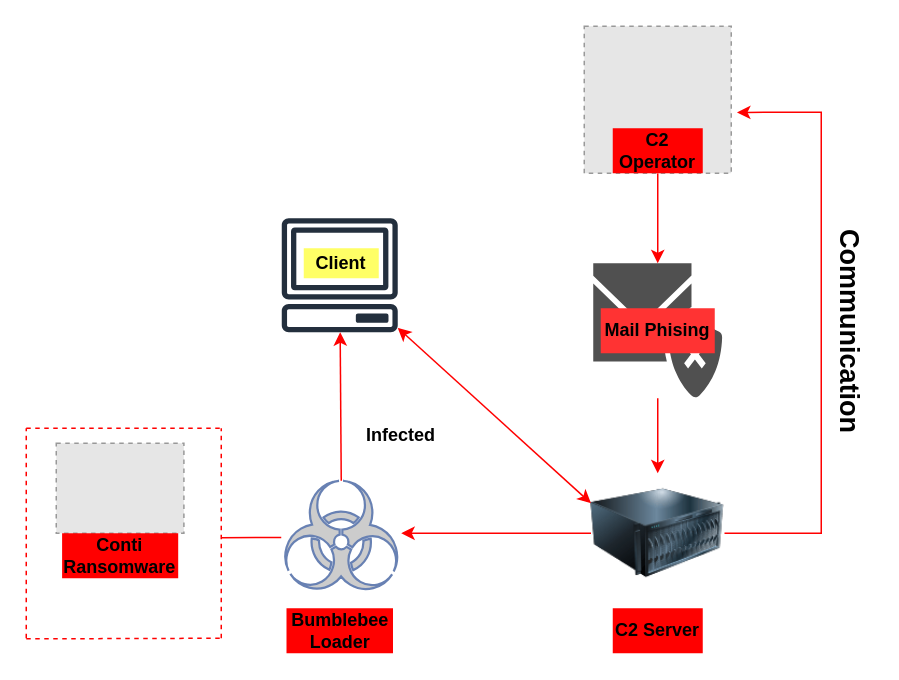
This is APT_malware.drawio from caubengungo/IAM302t, a draw.io file, before an edit. Source tidied: cells renumbered, new cells numbered last; positions are measured from the earlier drawing's top-left corner, leaving out a move shared by most shapes. Both pictures are drawn from the tidied source at 150%, with x=0, y=0 at pixel (26, 26). Pictures stored in the file or linked from it are replaced by grey dashed boxes.
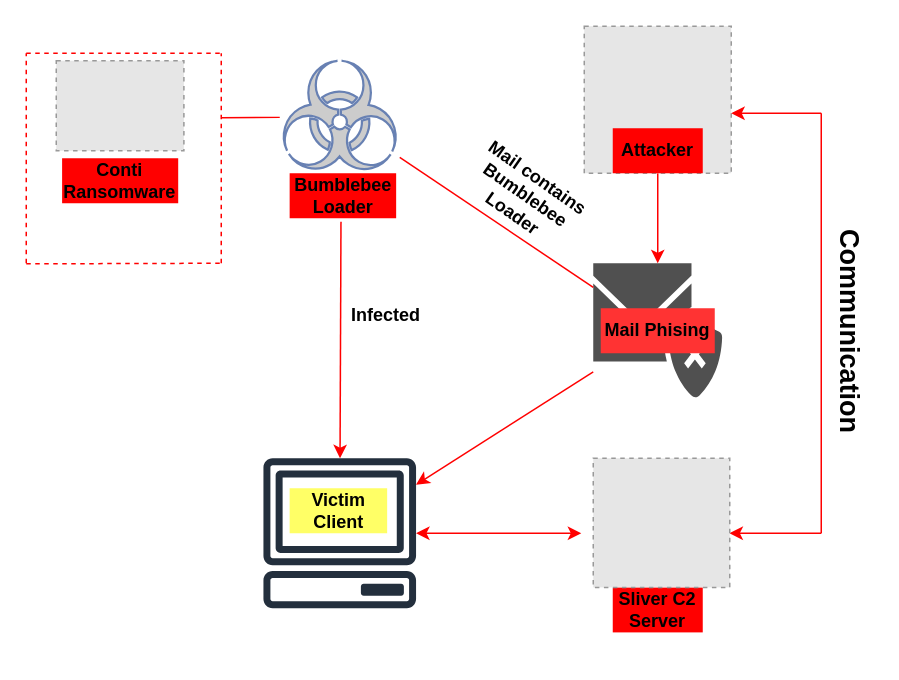
After the change.

Commit message (it also covers changes not shown here):
Cập nhật APT_malware.drawio

The change refers to these unchanged cells:
```xml
<mxCell id="4" style="sketch=0;shadow=0;dashed=0;html=1;strokeColor=none;fillColor=#505050;labelPosition=center;verticalLabelPosition=bottom;verticalAlign=top;outlineConnect=0;align=center;shape=mxgraph.office.concepts.phishing;" parent="1" vertex="1">
  <mxGeometry x="378" y="158" width="86" height="90" as="geometry" />
</mxCell>
<mxCell id="10" style="fillColor=#E6E6E6;strokeColor=#999999;dashed=1;html=1;verticalAlign=top;verticalLabelPosition=bottom;labelBackgroundColor=#ffffff;" parent="1" vertex="1">
  <mxGeometry x="372" width="98" height="98" as="geometry" />
</mxCell>
```

The edit, as a diff of the source:
```diff
@@
     <mxCell id="2" style="fontColor=#0066CC;verticalAlign=top;verticalLabelPosition=bottom;labelPosition=center;align=center;html=1;outlineConnect=0;fillColor=#CCCCCC;strokeColor=#6881B3;gradientColor=none;gradientDirection=north;strokeWidth=2;shape=mxgraph.networks.virus;" parent="1" vertex="1">
-      <mxGeometry x="170" y="303" width="80" height="75" as="geometry" />
+      <mxGeometry x="169" y="23" width="80" height="75" as="geometry" />
     </mxCell>
-    <mxCell id="3" style="edgeStyle=orthogonalEdgeStyle;rounded=0;jettySize=auto;html=1;fontStyle=1;strokeColor=#FF0000;" parent="1" edge="1" source="4" target="8">
-      <mxGeometry relative="1" as="geometry" />
-    </mxCell>
@@
     <mxCell id="6" value="&lt;b&gt;Bumblebee Loader&lt;/b&gt;" style="text;html=1;align=center;verticalAlign=middle;whiteSpace=wrap;rounded=0;fillColor=#FF0000;" parent="1" vertex="1">
-      <mxGeometry x="173.5" y="388" width="71" height="30" as="geometry" />
+      <mxGeometry x="175.6" y="98" width="71" height="30" as="geometry" />
     </mxCell>
-    <mxCell id="7" style="edgeStyle=orthogonalEdgeStyle;rounded=0;jettySize=auto;html=1;entryX=1.039;entryY=0.586;entryDx=0;entryDy=0;entryPerimeter=0;strokeColor=#FF0000;" parent="1" edge="1" source="8" target="10">
-      <mxGeometry relative="1" as="geometry">
-        <Array as="points">
-          <mxPoint x="530" y="338" />
-          <mxPoint x="530" y="57" />
-        </Array>
-      </mxGeometry>
-    </mxCell>
-    <mxCell id="8" style="image;html=1;image=img/lib/clip_art/computers/Server_128x128.png;" parent="1" vertex="1">
-      <mxGeometry x="376.5" y="298" width="89" height="80" as="geometry" />
-    </mxCell>
@@
-    <mxCell id="11" value="C2 Operator" style="text;html=1;align=center;verticalAlign=middle;whiteSpace=wrap;rounded=0;fillColor=#FF0000;fontStyle=1;" parent="1" vertex="1">
+    <mxCell id="11" value="Attacker" style="text;html=1;align=center;verticalAlign=middle;whiteSpace=wrap;rounded=0;fillColor=#FF0000;fontStyle=1;" parent="1" vertex="1">
       <mxGeometry x="391" y="68" width="60" height="30" as="geometry" />
     </mxCell>
     <mxCell id="12" style="sketch=0;outlineConnect=0;fontColor=#232F3E;gradientColor=none;fillColor=#232F3D;strokeColor=none;dashed=0;verticalLabelPosition=bottom;verticalAlign=top;align=center;html=1;fontSize=12;fontStyle=0;shape=mxgraph.aws4.client;" parent="1" vertex="1">
-      <mxGeometry x="170" y="128" width="78" height="76" as="geometry" />
+      <mxGeometry x="157.7" y="288" width="102.6" height="100" as="geometry" />
     </mxCell>
-    <mxCell id="13" style="endArrow=classic;html=1;rounded=0;exitX=0;exitY=0.5;exitDx=0;exitDy=0;fillColor=#FF0000;strokeColor=#FF0000;" parent="1" edge="1" source="8">
-      <mxGeometry relative="1" as="geometry">
-        <mxPoint x="250" y="338" as="targetPoint" />
-      </mxGeometry>
-    </mxCell>
-    <mxCell id="14" value="&lt;b&gt;Client&lt;/b&gt;" style="text;html=1;align=center;verticalAlign=middle;whiteSpace=wrap;rounded=0;fillColor=#FFFF66;" parent="1" vertex="1">
-      <mxGeometry x="185" y="148" width="50" height="20" as="geometry" />
+    <mxCell id="14" value="&lt;b&gt;Victim Client&lt;/b&gt;" style="text;html=1;align=center;verticalAlign=middle;whiteSpace=wrap;rounded=0;fillColor=#FFFF66;" parent="1" vertex="1">
+      <mxGeometry x="175.6" y="308" width="65" height="30" as="geometry" />
     </mxCell>
-    <mxCell id="15" style="endArrow=classic;html=1;rounded=0;exitX=0.5;exitY=0;exitDx=0;exitDy=0;exitPerimeter=0;strokeColor=#FF0000;" parent="1" edge="1" source="2" target="12">
+    <mxCell id="15" style="endArrow=classic;html=1;rounded=0;strokeColor=#FF0000;exitX=0.482;exitY=1.076;exitDx=0;exitDy=0;exitPerimeter=0;" parent="1" edge="1" source="6" target="12">
       <mxGeometry relative="1" as="geometry" />
     </mxCell>
-    <mxCell id="16" value="&lt;b&gt;C2 Server&lt;/b&gt;" style="text;html=1;align=center;verticalAlign=middle;whiteSpace=wrap;rounded=0;fillColor=#FF0000;" parent="1" vertex="1">
-      <mxGeometry x="391" y="388" width="60" height="30" as="geometry" />
+    <mxCell id="16" value="&lt;b&gt;Sliver C2&lt;/b&gt;&lt;div&gt;&lt;b&gt;Server&lt;/b&gt;&lt;/div&gt;" style="text;html=1;align=center;verticalAlign=middle;whiteSpace=wrap;rounded=0;fillColor=#FF0000;" parent="1" vertex="1">
+      <mxGeometry x="391" y="374.1" width="60" height="30" as="geometry" />
     </mxCell>
@@
     <mxCell id="18" style="endArrow=none;dashed=1;html=1;rounded=0;strokeColor=#FF0000;" parent="1" edge="1">
       <mxGeometry relative="1" as="geometry">
-        <mxPoint y="268" as="sourcePoint" />
-        <mxPoint x="130" y="268" as="targetPoint" />
+        <mxPoint y="18" as="sourcePoint" />
+        <mxPoint x="130" y="18" as="targetPoint" />
       </mxGeometry>
     </mxCell>
     <mxCell id="19" style="endArrow=none;dashed=1;html=1;rounded=0;strokeColor=#FF0000;" parent="1" edge="1">
       <mxGeometry relative="1" as="geometry">
-        <mxPoint x="130" y="408" as="sourcePoint" />
-        <mxPoint x="130" y="268" as="targetPoint" />
+        <mxPoint x="130" y="158" as="sourcePoint" />
+        <mxPoint x="130" y="18" as="targetPoint" />
       </mxGeometry>
     </mxCell>
     <mxCell id="20" style="endArrow=none;dashed=1;html=1;rounded=0;strokeColor=#FF0000;" parent="1" edge="1">
       <mxGeometry relative="1" as="geometry">
-        <mxPoint y="408.4" as="sourcePoint" />
-        <mxPoint x="130" y="408" as="targetPoint" />
+        <mxPoint y="158.4" as="sourcePoint" />
+        <mxPoint x="130" y="158" as="targetPoint" />
       </mxGeometry>
     </mxCell>
     <mxCell id="21" style="endArrow=none;dashed=1;html=1;rounded=0;strokeColor=#FF0000;" parent="1" edge="1">
       <mxGeometry relative="1" as="geometry">
-        <mxPoint y="408" as="sourcePoint" />
-        <mxPoint y="268" as="targetPoint" />
+        <mxPoint y="158" as="sourcePoint" />
+        <mxPoint y="18" as="targetPoint" />
       </mxGeometry>
     </mxCell>
     <mxCell id="22" style="fillColor=#E6E6E6;strokeColor=#999999;dashed=1;verticalLabelPosition=bottom;labelBackgroundColor=default;verticalAlign=top;" parent="1" vertex="1">
-      <mxGeometry x="20" y="278" width="85.1" height="60" as="geometry" />
+      <mxGeometry x="20" y="23" width="85.1" height="60" as="geometry" />
     </mxCell>
     <mxCell id="23" style="endArrow=none;html=1;rounded=0;strokeColor=#FF0000;" parent="1" edge="1" source="2">
       <mxGeometry relative="1" as="geometry">
-        <mxPoint x="130" y="341" as="targetPoint" />
+        <mxPoint x="130" y="61" as="targetPoint" />
       </mxGeometry>
     </mxCell>
     <mxCell id="24" value="&lt;b&gt;Conti&lt;/b&gt;&lt;div&gt;&lt;b&gt;Ransomware&lt;/b&gt;&lt;/div&gt;" style="text;html=1;align=center;verticalAlign=middle;whiteSpace=wrap;rounded=0;fillColor=#FF0000;" parent="1" vertex="1">
-      <mxGeometry x="23.9" y="338" width="77.4" height="30" as="geometry" />
+      <mxGeometry x="23.9" y="88" width="77.4" height="30" as="geometry" />
     </mxCell>
-    <mxCell id="25" style="endArrow=classic;startArrow=classic;html=1;rounded=0;entryX=0;entryY=0.25;entryDx=0;entryDy=0;strokeColor=#FF0000;" parent="1" edge="1" source="12" target="8">
-      <mxGeometry relative="1" as="geometry" />
+    <mxCell id="25" style="endArrow=classic;startArrow=classic;html=1;rounded=0;strokeColor=#FF0000;" parent="1" edge="1" source="12">
+      <mxGeometry relative="1" as="geometry">
+        <mxPoint x="370" y="338" as="targetPoint" />
+      </mxGeometry>
     </mxCell>
     <mxCell id="26" value="&lt;b&gt;Infected&lt;/b&gt;" style="text;html=1;align=center;verticalAlign=middle;whiteSpace=wrap;rounded=0;fillColor=none;" parent="1" vertex="1">
-      <mxGeometry x="220" y="258" width="60" height="30" as="geometry" />
+      <mxGeometry x="210" y="178" width="60" height="30" as="geometry" />
     </mxCell>
+    <mxCell id="27" style="endArrow=none;html=1;rounded=0;strokeColor=#FF0000;" parent="1" edge="1">
+      <mxGeometry relative="1" as="geometry">
+        <mxPoint x="530" y="338" as="sourcePoint" />
+        <mxPoint x="530" y="58" as="targetPoint" />
+      </mxGeometry>
+    </mxCell>
+    <mxCell id="28" style="endArrow=classic;html=1;rounded=0;entryX=0.99;entryY=0.438;entryDx=0;entryDy=0;entryPerimeter=0;strokeColor=#FF0000;" parent="1" edge="1">
+      <mxGeometry relative="1" as="geometry">
+        <mxPoint x="530" y="338" as="sourcePoint" />
+        <mxPoint x="468.8" y="338" as="targetPoint" />
+      </mxGeometry>
+    </mxCell>
+    <mxCell id="29" style="endArrow=classic;html=1;rounded=0;strokeColor=#FF0000;" parent="1" edge="1">
+      <mxGeometry relative="1" as="geometry">
+        <mxPoint x="530" y="58" as="sourcePoint" />
+        <mxPoint x="470" y="58" as="targetPoint" />
+      </mxGeometry>
+    </mxCell>
+    <mxCell id="30" style="endArrow=classic;html=1;rounded=0;strokeColor=#FF0000;" parent="1" edge="1" source="4" target="12">
+      <mxGeometry relative="1" as="geometry" />
+    </mxCell>
+    <mxCell id="31" style="endArrow=none;html=1;rounded=0;strokeColor=#FF0000;" parent="1" edge="1" source="4" target="2">
+      <mxGeometry relative="1" as="geometry" />
+    </mxCell>
+    <mxCell id="32" value="&lt;b&gt;Mail contains Bumblebee Loader&lt;/b&gt;" style="text;html=1;align=center;verticalAlign=middle;whiteSpace=wrap;rounded=0;rotation=35;" parent="1" vertex="1">
+      <mxGeometry x="293.2" y="78" width="80" height="70" as="geometry" />
+    </mxCell>
+    <mxCell id="33" style="fillColor=#E6E6E6;strokeColor=#999999;dashed=1;verticalLabelPosition=bottom;labelBackgroundColor=default;verticalAlign=top;" parent="1" vertex="1">
+      <mxGeometry x="378" y="288" width="91" height="86.1" as="geometry" />
+    </mxCell>
```
